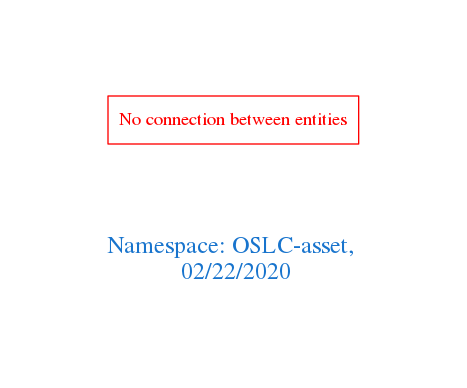
Above: downloads/OSLC-asset.png in arago/OGIT (Graphviz), before the change. Its source is kept beside it as downloads/OSLC-asset.dot.
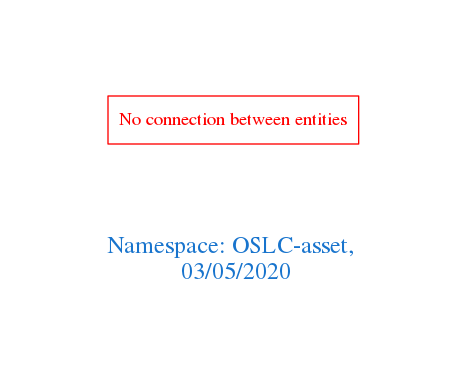
Later version of the same file.

What changed in the source:
```diff
@@ -1,7 +1,7 @@
 digraph OGIT_ontology {
  graph [ rankdir= LR,pad=1
 fontsize = 18,
-fontcolor= dodgerblue3,label = "\n\n\nNamespace: OSLC-asset, \n 02/22/2020"];
+fontcolor= dodgerblue3,label = "\n\n\nNamespace: OSLC-asset, \n 03/05/2020"];
 node[shape=polygon];
 edge [  color="gray81"];
 
```
